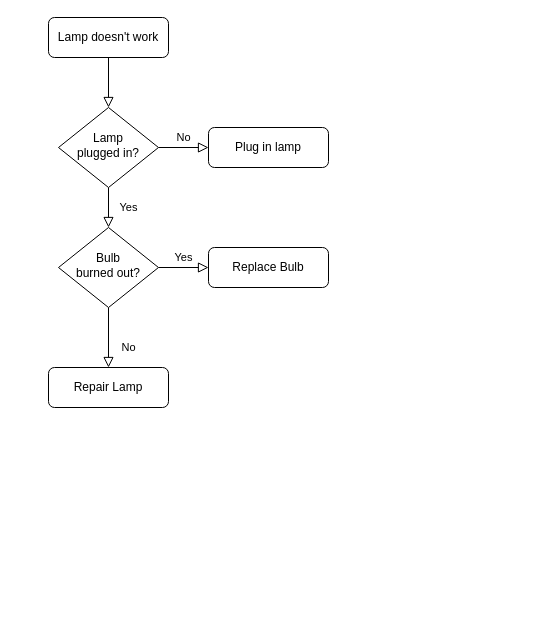
This is Untitled Diagram.drawio from ynguyen90/fixed-income-dashboard, a draw.io file, before an edit. Source tidied: cells renumbered, new cells numbered last; positions are measured from the earlier drawing's top-left corner, leaving out a move shared by most shapes. Both pictures are drawn from the tidied source at 100%, with x=0, y=0 at pixel (48, 17).
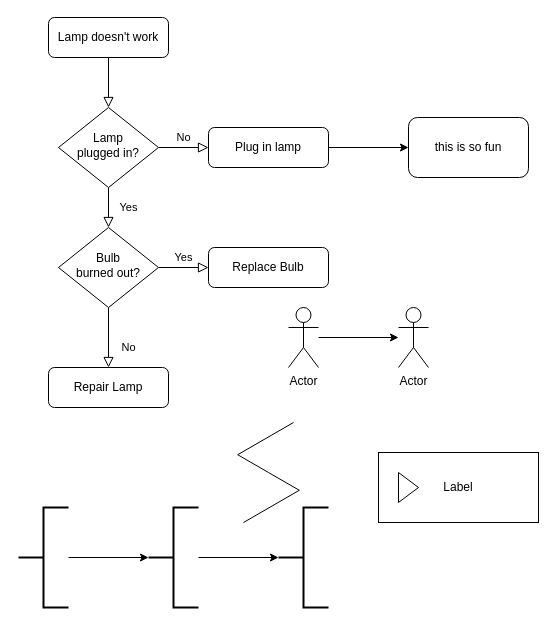
Above is the later version.

Unchanged cells that the change refers to:
```xml
<mxCell id="7" value="Plug in lamp" style="rounded=1;whiteSpace=wrap;html=1;fontSize=12;glass=0;strokeWidth=1;shadow=0;" parent="1" vertex="1">
  <mxGeometry x="160" y="110" width="120" height="40" as="geometry" />
</mxCell>
```

The edit, as a diff of the source:
```diff
@@
+    <mxCell id="13" style="edgeStyle=orthogonalEdgeStyle;rounded=0;jettySize=auto;html=1;" parent="1" edge="1" source="7" target="14">
+      <mxGeometry relative="1" as="geometry" />
+    </mxCell>
@@
+    <mxCell id="14" value="this is so fun" style="whiteSpace=wrap;html=1;rounded=1;glass=0;strokeWidth=1;shadow=0;" parent="1" vertex="1">
+      <mxGeometry x="360" y="100" width="120" height="60" as="geometry" />
+    </mxCell>
+    <mxCell id="15" style="edgeStyle=orthogonalEdgeStyle;rounded=0;jettySize=auto;html=1;" parent="1" edge="1" source="16" target="17">
+      <mxGeometry relative="1" as="geometry" />
+    </mxCell>
+    <mxCell id="16" value="Actor" style="shape=umlActor;verticalLabelPosition=bottom;verticalAlign=top;html=1;outlineConnect=0;" parent="1" vertex="1">
+      <mxGeometry x="240" y="290" width="30" height="60" as="geometry" />
+    </mxCell>
+    <mxCell id="17" value="Actor" style="shape=umlActor;verticalLabelPosition=bottom;verticalAlign=top;html=1;outlineConnect=0;" parent="1" vertex="1">
+      <mxGeometry x="350" y="290" width="30" height="60" as="geometry" />
+    </mxCell>
+    <mxCell id="18" style="edgeStyle=isometricEdgeStyle;endArrow=none;html=1;rounded=0;" parent="1" edge="1">
+      <mxGeometry relative="1" as="geometry">
+        <mxPoint x="195" y="505" as="sourcePoint" />
+        <mxPoint x="245" y="405" as="targetPoint" />
+      </mxGeometry>
+    </mxCell>
+    <mxCell id="19" value="Label" style="html=1;whiteSpace=wrap;" parent="1" vertex="1">
+      <mxGeometry x="330" y="435" width="160" height="70" as="geometry" />
+    </mxCell>
+    <mxCell id="20" style="triangle;html=1;whiteSpace=wrap;" parent="19" vertex="1">
+      <mxGeometry x="20" y="20" width="20" height="30" as="geometry" />
+    </mxCell>
+    <mxCell id="21" style="edgeStyle=orthogonalEdgeStyle;rounded=0;jettySize=auto;html=1;" parent="1" edge="1" source="22" target="24">
+      <mxGeometry relative="1" as="geometry" />
+    </mxCell>
+    <mxCell id="22" style="strokeWidth=2;html=1;shape=mxgraph.flowchart.annotation_2;align=left;labelPosition=right;" parent="1" vertex="1">
+      <mxGeometry x="-30" y="490" width="50" height="100" as="geometry" />
+    </mxCell>
+    <mxCell id="23" style="edgeStyle=orthogonalEdgeStyle;rounded=0;jettySize=auto;html=1;" parent="1" edge="1" source="24" target="25">
+      <mxGeometry relative="1" as="geometry" />
+    </mxCell>
+    <mxCell id="24" style="strokeWidth=2;html=1;shape=mxgraph.flowchart.annotation_2;align=left;labelPosition=right;" parent="1" vertex="1">
+      <mxGeometry x="100" y="490" width="50" height="100" as="geometry" />
+    </mxCell>
+    <mxCell id="25" style="strokeWidth=2;html=1;shape=mxgraph.flowchart.annotation_2;align=left;labelPosition=right;" parent="1" vertex="1">
+      <mxGeometry x="230" y="490" width="50" height="100" as="geometry" />
+    </mxCell>
```
